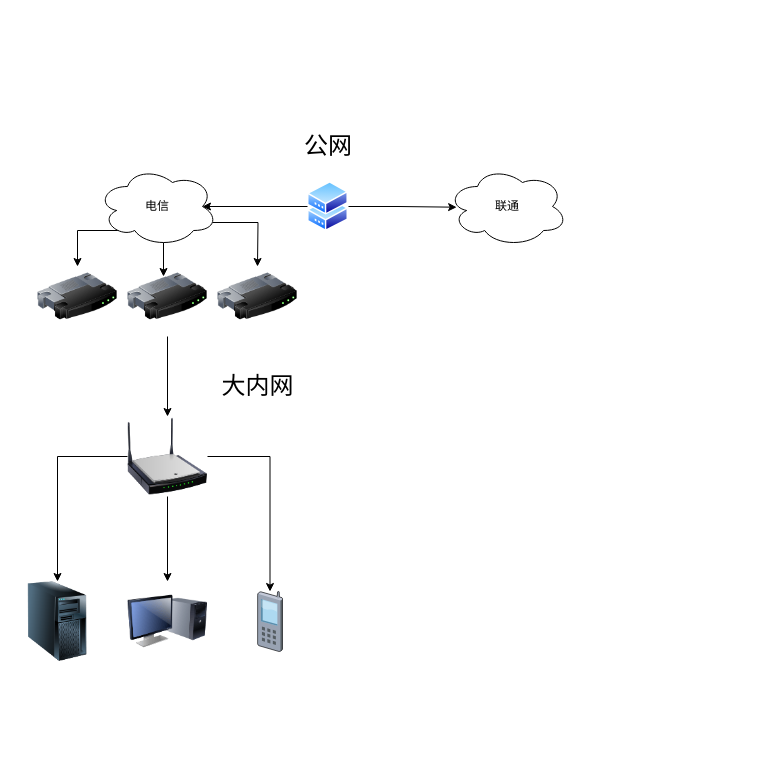
Before: 流程图/内网外网图示.drawio in bitbw/my-gallery, a draw.io diagram. Source tidied: cells renumbered, new cells numbered last; positions are measured from the earlier drawing's top-left corner, leaving out a move shared by most shapes. Both pictures are drawn from the tidied source at 100%, with x=0, y=0 at pixel (17, 136).
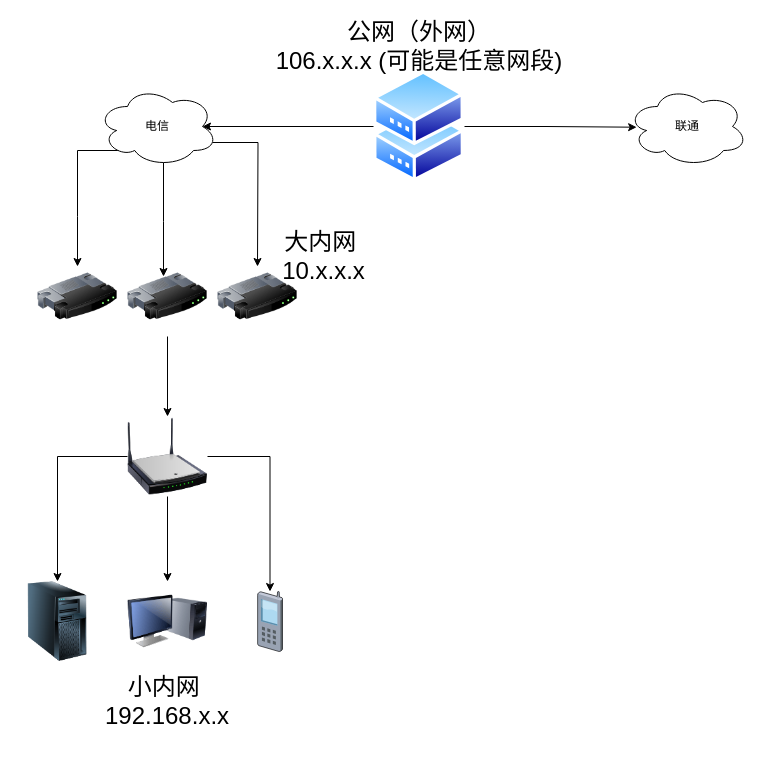
After the change.

Commit message (it also covers changes not shown here):
更新内网外网图示.drawio

Change to the diagram source:
```diff
@@
     <mxCell id="4" style="perimeter=ellipsePerimeter;html=1;align=center;shadow=0;dashed=0;spacingTop=3;image;image=img/lib/active_directory/shadowed_router.svg;" parent="1" vertex="1">
-      <mxGeometry x="290" y="45" width="41" height="50" as="geometry" />
+      <mxGeometry x="356" y="-65.5" width="91" height="111" as="geometry" />
     </mxCell>
@@
     <mxCell id="8" value="电信" style="ellipse;shape=cloud;whiteSpace=wrap;html=1;" parent="1" vertex="1">
-      <mxGeometry x="80" y="30" width="120" height="80" as="geometry" />
+      <mxGeometry x="80" y="-50" width="120" height="80" as="geometry" />
     </mxCell>
     <mxCell id="9" value="联通" style="ellipse;shape=cloud;whiteSpace=wrap;html=1;" parent="1" vertex="1">
-      <mxGeometry x="430" y="30" width="120" height="80" as="geometry" />
+      <mxGeometry x="610" y="-50" width="120" height="80" as="geometry" />
     </mxCell>
-    <mxCell id="10" value="&lt;font style=&quot;font-size: 24px&quot;&gt;公网&lt;/font&gt;" style="text;html=1;strokeColor=none;fillColor=none;align=center;verticalAlign=middle;whiteSpace=wrap;rounded=0;" parent="1" vertex="1">
-      <mxGeometry x="255.5" width="110" height="20" as="geometry" />
+    <mxCell id="10" value="&lt;font style=&quot;font-size: 24px&quot;&gt;公网（外网） &lt;br&gt;106.x.x.x (可能是任意网段)&lt;/font&gt;" style="text;html=1;strokeColor=none;fillColor=none;align=center;verticalAlign=middle;whiteSpace=wrap;rounded=0;" parent="1" vertex="1">
+      <mxGeometry x="209.8" y="-100" width="383.5" height="20" as="geometry" />
     </mxCell>
@@
-    <mxCell id="19" value="&lt;font style=&quot;font-size: 24px&quot;&gt;大内网&lt;/font&gt;" style="text;html=1;align=center;verticalAlign=middle;" parent="1" vertex="1">
-      <mxGeometry x="195" y="240" width="90" height="20" as="geometry" />
+    <mxCell id="19" value="&lt;font style=&quot;font-size: 24px&quot;&gt;大内网&amp;nbsp; &lt;br&gt;10.x.x.x&lt;/font&gt;" style="text;html=1;align=center;verticalAlign=middle;" parent="1" vertex="1">
+      <mxGeometry x="256" y="100" width="100" height="40" as="geometry" />
     </mxCell>
@@
+    <mxCell id="23" value="&lt;font style=&quot;font-size: 24px&quot;&gt;小内网&amp;nbsp; 192.168.x.x&lt;br&gt;&lt;br&gt;&lt;/font&gt;" style="text;html=1;strokeColor=none;fillColor=none;align=center;verticalAlign=middle;whiteSpace=wrap;rounded=0;" parent="1" vertex="1">
+      <mxGeometry x="90" y="570" width="120" height="20" as="geometry" />
+    </mxCell>
```
